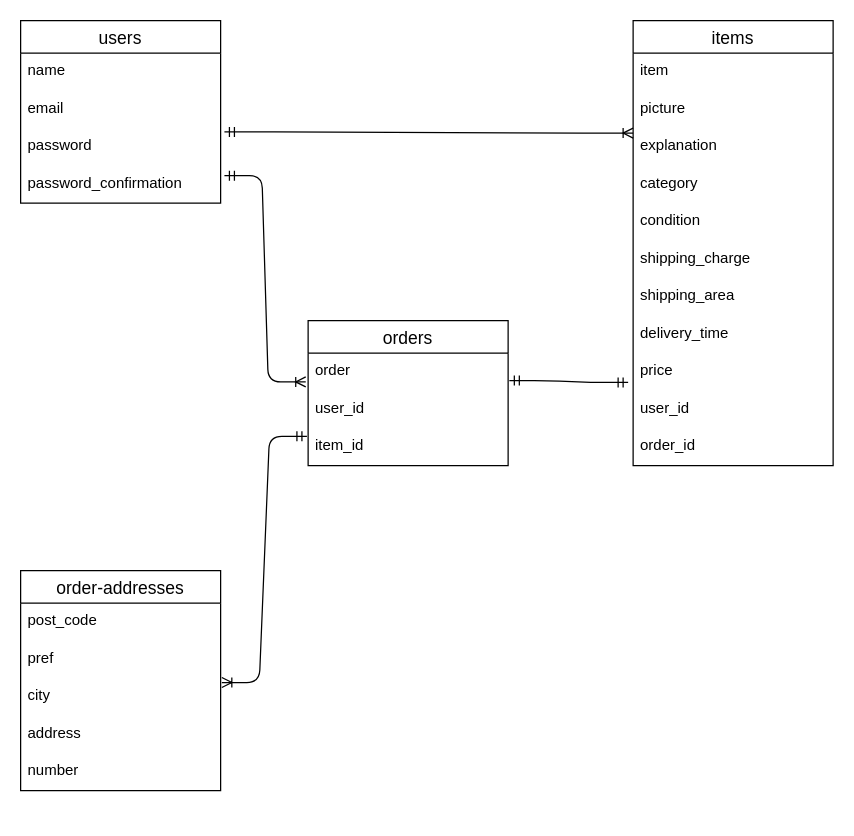
Above: furima.dio in find4423/furima-38111 (draw.io), before the change. Source tidied: cells renumbered, new cells numbered last; positions are measured from the earlier drawing's top-left corner, leaving out a move shared by most shapes. Both pictures are drawn from the tidied source at 125%, with x=0, y=0 at pixel (20, 20).
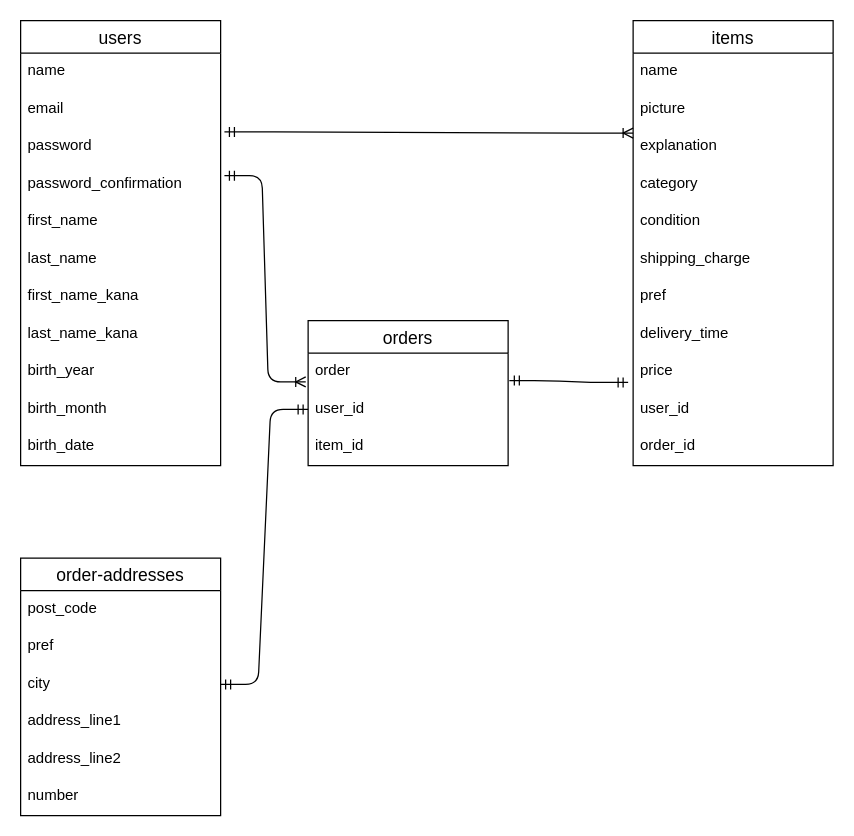
The same diagram, later.

The change refers to these unchanged cells:
```xml
<mxCell id="7" value="items" style="swimlane;fontStyle=0;horizontal=1;startSize=26;align=center;fontSize=14;" parent="1" vertex="1">
  <mxGeometry x="490" width="160" height="356" as="geometry" />
</mxCell>
<mxCell id="22" value="user_id" style="text;strokeColor=none;fillColor=none;spacingLeft=4;spacingRight=4;overflow=hidden;points=[[0,0.5],[1,0.5]];portConstraint=eastwest;fontSize=12;" parent="20" vertex="1">
  <mxGeometry y="56" width="160" height="30" as="geometry" />
</mxCell>
<mxCell id="23" value="item_id" style="text;strokeColor=none;fillColor=none;spacingLeft=4;spacingRight=4;overflow=hidden;points=[[0,0.5],[1,0.5]];portConstraint=eastwest;fontSize=12;" parent="20" vertex="1">
  <mxGeometry y="86" width="160" height="30" as="geometry" />
</mxCell>
<mxCell id="29" value="city" style="text;strokeColor=none;fillColor=none;spacingLeft=4;spacingRight=4;overflow=hidden;points=[[0,0.5],[1,0.5]];portConstraint=eastwest;fontSize=12;" parent="26" vertex="1">
  <mxGeometry y="86" width="160" height="30" as="geometry" />
</mxCell>
```

Diff of the diagram source:
```diff
@@
     <mxCell id="2" value="users" style="swimlane;fontStyle=0;horizontal=1;startSize=26;align=center;fontSize=14;" parent="1" vertex="1">
-      <mxGeometry width="160" height="146" as="geometry" />
+      <mxGeometry width="160" height="356" as="geometry" />
     </mxCell>
@@
+    <mxCell id="33" value="first_name" style="text;strokeColor=none;fillColor=none;spacingLeft=4;spacingRight=4;overflow=hidden;fontSize=12;" parent="2" vertex="1">
+      <mxGeometry y="146" width="160" height="30" as="geometry" />
+    </mxCell>
+    <mxCell id="34" value="last_name" style="text;strokeColor=none;fillColor=none;spacingLeft=4;spacingRight=4;overflow=hidden;fontSize=12;" parent="2" vertex="1">
+      <mxGeometry y="176" width="160" height="30" as="geometry" />
+    </mxCell>
+    <mxCell id="35" value="first_name_kana" style="text;strokeColor=none;fillColor=none;spacingLeft=4;spacingRight=4;overflow=hidden;fontSize=12;" parent="2" vertex="1">
+      <mxGeometry y="206" width="160" height="30" as="geometry" />
+    </mxCell>
+    <mxCell id="36" value="last_name_kana" style="text;strokeColor=none;fillColor=none;spacingLeft=4;spacingRight=4;overflow=hidden;fontSize=12;" parent="2" vertex="1">
+      <mxGeometry y="236" width="160" height="30" as="geometry" />
+    </mxCell>
+    <mxCell id="37" value="birth_year" style="text;strokeColor=none;fillColor=none;spacingLeft=4;spacingRight=4;overflow=hidden;fontSize=12;" parent="2" vertex="1">
+      <mxGeometry y="266" width="160" height="30" as="geometry" />
+    </mxCell>
+    <mxCell id="38" value="birth_month" style="text;strokeColor=none;fillColor=none;spacingLeft=4;spacingRight=4;overflow=hidden;fontSize=12;" parent="2" vertex="1">
+      <mxGeometry y="296" width="160" height="30" as="geometry" />
+    </mxCell>
+    <mxCell id="39" value="birth_date" style="text;strokeColor=none;fillColor=none;spacingLeft=4;spacingRight=4;overflow=hidden;fontSize=12;" parent="2" vertex="1">
+      <mxGeometry y="326" width="160" height="30" as="geometry" />
+    </mxCell>
@@
-    <mxCell id="8" value="item" style="text;strokeColor=none;fillColor=none;spacingLeft=4;spacingRight=4;overflow=hidden;fontSize=12;" parent="7" vertex="1">
+    <mxCell id="8" value="name" style="text;strokeColor=none;fillColor=none;spacingLeft=4;spacingRight=4;overflow=hidden;fontSize=12;" parent="7" vertex="1">
       <mxGeometry y="26" width="160" height="30" as="geometry" />
     </mxCell>
@@
-    <mxCell id="14" value="shipping_area" style="text;strokeColor=none;fillColor=none;spacingLeft=4;spacingRight=4;overflow=hidden;fontSize=12;" parent="7" vertex="1">
+    <mxCell id="14" value="pref" style="text;strokeColor=none;fillColor=none;spacingLeft=4;spacingRight=4;overflow=hidden;fontSize=12;" parent="7" vertex="1">
       <mxGeometry y="206" width="160" height="30" as="geometry" />
     </mxCell>
@@
     <mxCell id="26" value="order-addresses" style="swimlane;fontStyle=0;horizontal=1;startSize=26;align=center;fontSize=14;" parent="1" vertex="1">
-      <mxGeometry y="440" width="160" height="176" as="geometry" />
+      <mxGeometry y="430" width="160" height="206" as="geometry" />
     </mxCell>
@@
-    <mxCell id="30" value="address" style="text;strokeColor=none;fillColor=none;spacingLeft=4;spacingRight=4;overflow=hidden;fontSize=12;" parent="26" vertex="1">
+    <mxCell id="30" value="address_line1" style="text;strokeColor=none;fillColor=none;spacingLeft=4;spacingRight=4;overflow=hidden;fontSize=12;" parent="26" vertex="1">
       <mxGeometry y="116" width="160" height="30" as="geometry" />
     </mxCell>
+    <mxCell id="40" value="address_line2" style="text;strokeColor=none;fillColor=none;spacingLeft=4;spacingRight=4;overflow=hidden;fontSize=12;" parent="26" vertex="1">
+      <mxGeometry y="146" width="160" height="30" as="geometry" />
+    </mxCell>
     <mxCell id="31" value="number" style="text;strokeColor=none;fillColor=none;spacingLeft=4;spacingRight=4;overflow=hidden;fontSize=12;" parent="26" vertex="1">
-      <mxGeometry y="146" width="160" height="30" as="geometry" />
+      <mxGeometry y="176" width="160" height="30" as="geometry" />
     </mxCell>
-    <mxCell id="32" style="edgeStyle=entityRelationEdgeStyle;fontSize=12;html=1;endArrow=ERoneToMany;startArrow=ERmandOne;exitX=-0.006;exitY=0.217;exitDx=0;exitDy=0;exitPerimeter=0;entryX=1.006;entryY=0.117;entryDx=0;entryDy=0;entryPerimeter=0;" parent="1" edge="1" source="23" target="29">
-      <mxGeometry relative="1" as="geometry" />
-    </mxCell>
+    <mxCell id="41" style="edgeStyle=entityRelationEdgeStyle;fontSize=12;html=1;endArrow=ERmandOne;startArrow=ERmandOne;entryX=0;entryY=0.5;entryDx=0;entryDy=0;" parent="1" edge="1" source="29" target="22">
+      <mxGeometry relative="1" as="geometry" />
+    </mxCell>
```
